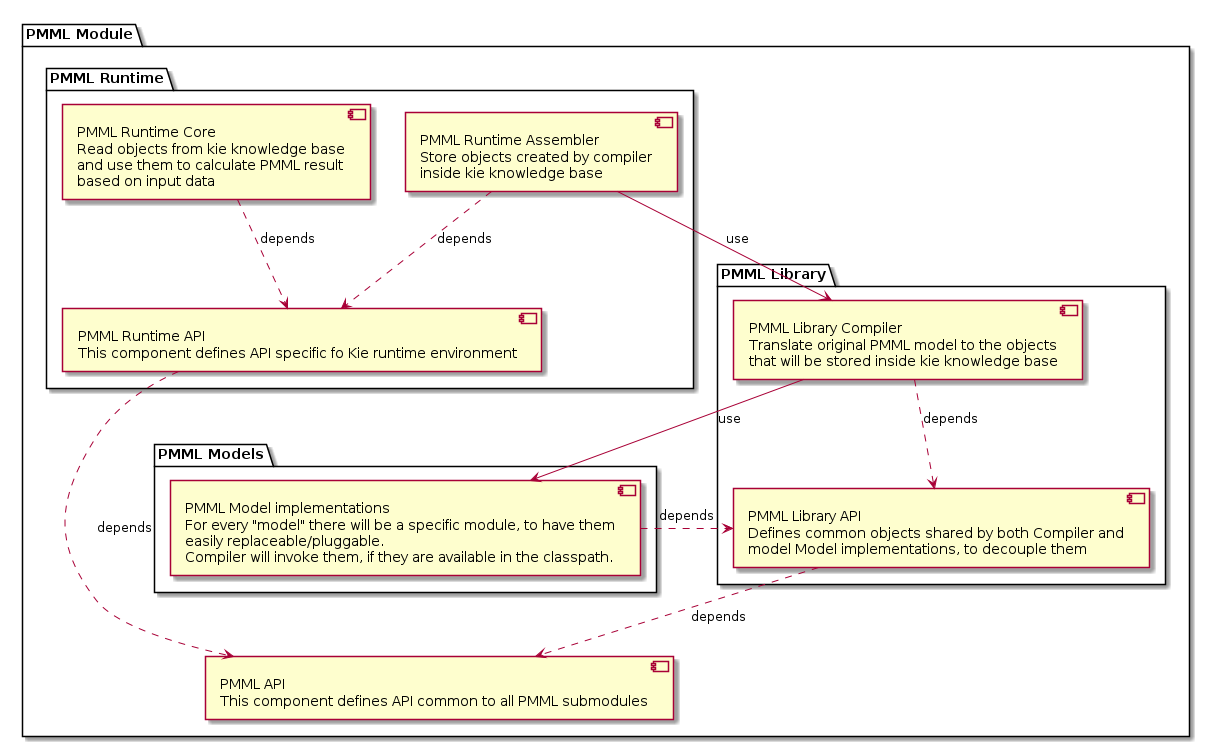
Above: kie-pmml-trusty/ArchitecturePUML.png in apache/incubator-kie-drools (PlantUML), before the change.
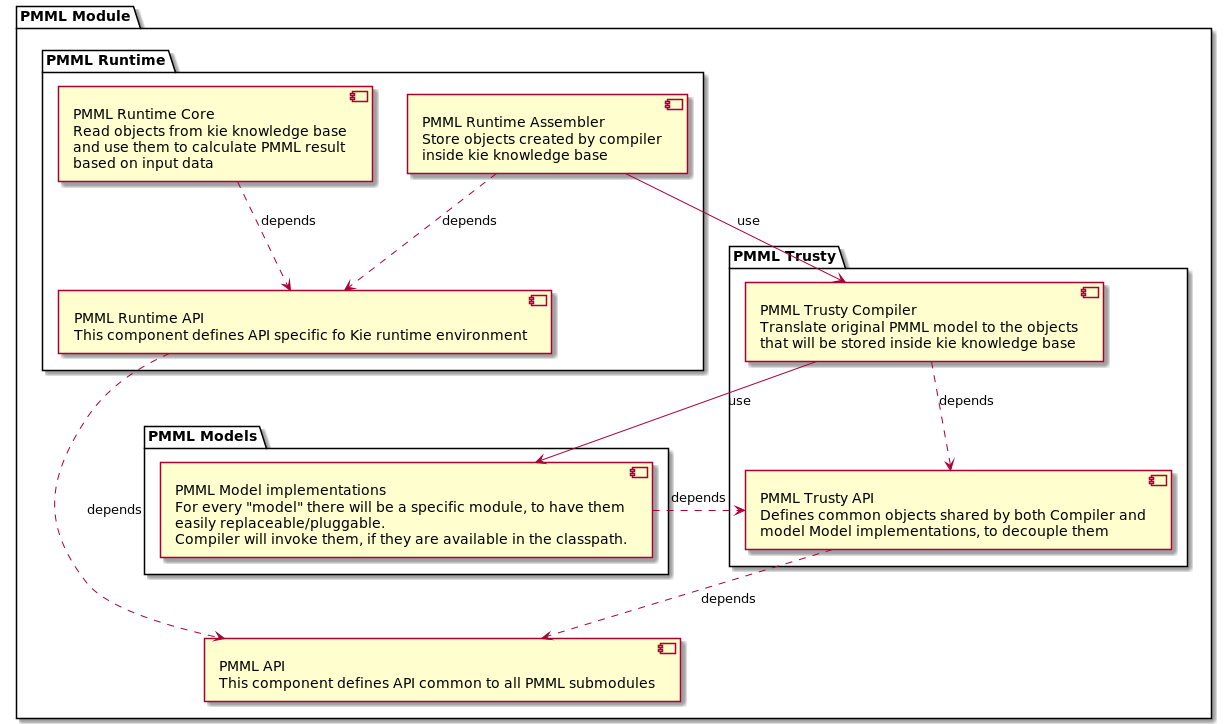
The same file after the commit.

The edit, as a diff of the source:
```diff
@@ -8,14 +8,14 @@
         This component defines API common to all PMML submodules
         ]
 
-package "PMML Library" {
-    component library_api [
-            PMML Library API
+package "PMML Trusty" {
+    component trusty_api [
+            PMML Trusty API
             Defines common objects shared by both Compiler and
             model Model implementations, to decouple them
             ]
-    component library_compiler [
-        PMML Library Compiler
+    component trusty_compiler [
+        PMML Trusty Compiler
         Translate original PMML model to the objects
         that will be stored inside kie knowledge base
         ]
@@ -52,13 +52,13 @@
 }
 
 
-library_api .> api : depends
+trusty_api .> api : depends
 runtime_api .> api : depends
-library_compiler ..> library_api : depends
-implementations .> library_api : depends
-library_compiler -> implementations : use
+trusty_compiler ..> trusty_api : depends
+implementations .> trusty_api : depends
+trusty_compiler -> implementations : use
 runtime_core .> runtime_api : depends
-runtime_assembler -> library_compiler : use
+runtime_assembler -> trusty_compiler : use
 runtime_assembler .> runtime_api : depends
 }
 
```
